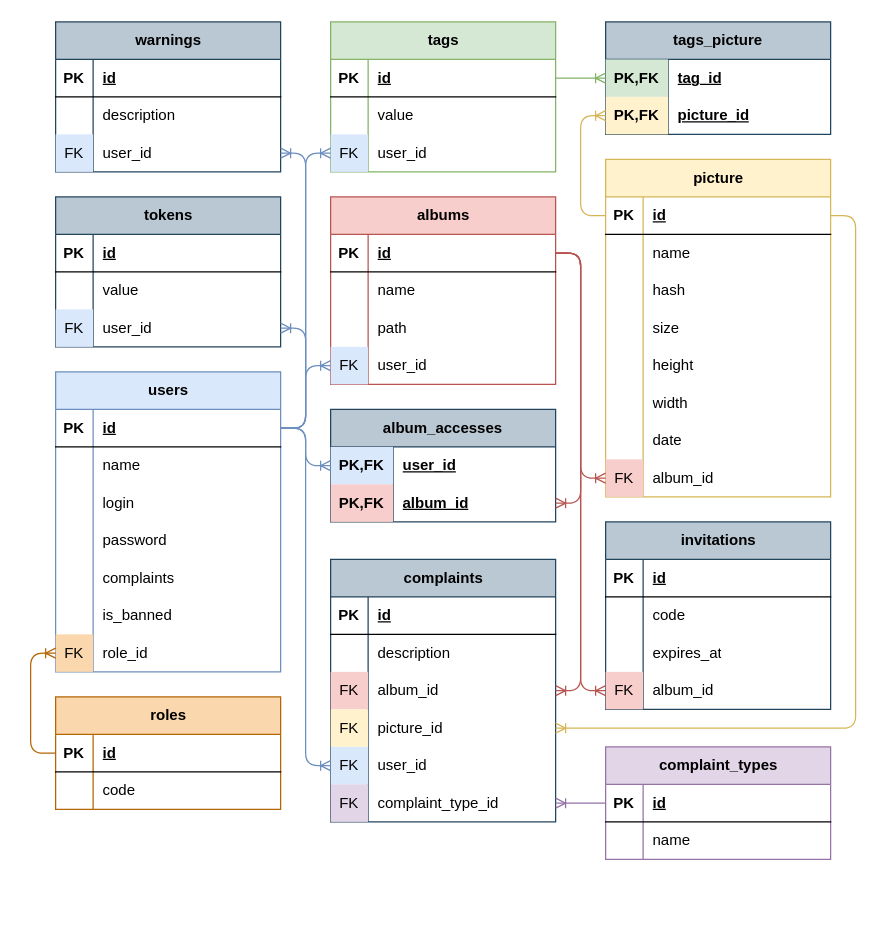
savayaqu/course-project-4 keeps this draw.io diagram as page "Логич" (2 of 4) of docs/Модели БД.drawio. Above is the earlier version. Source tidied: cells renumbered, new cells numbered last; positions are measured from the earlier drawing's top-left corner, leaving out a move shared by most shapes. Both pictures are drawn from the tidied source at 125%, with x=0, y=0 at pixel (30, 21).
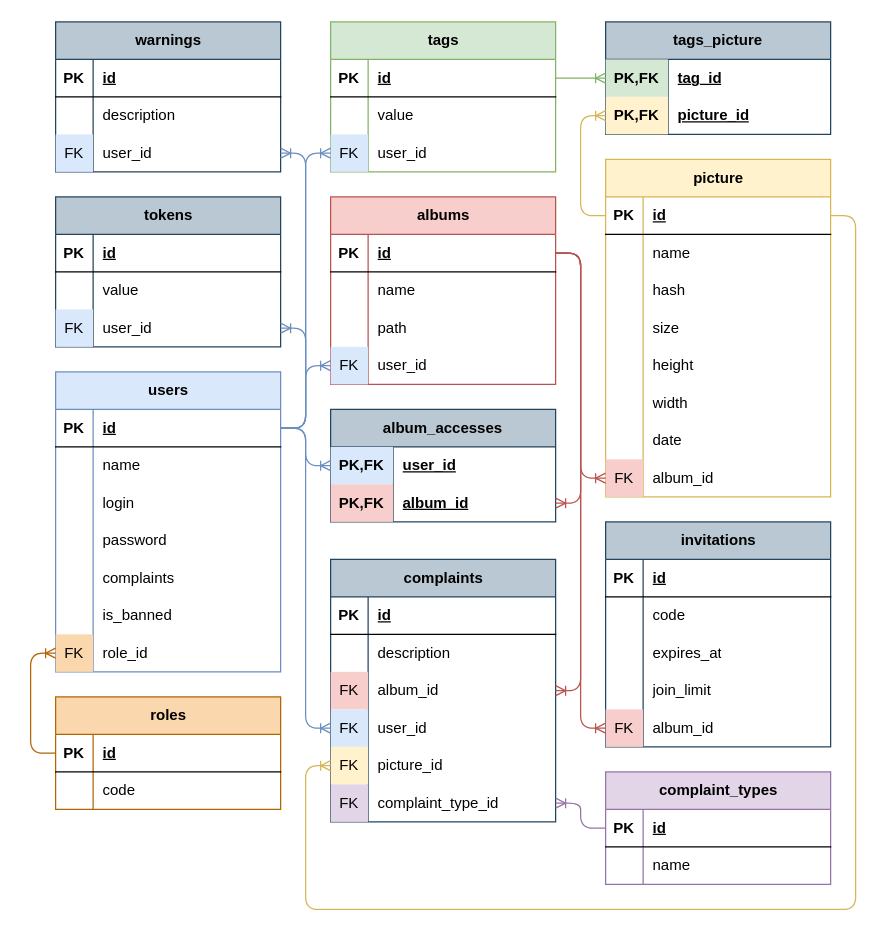
The same page after the edit.

Unchanged cells that the change refers to:
```xml
<mxCell id="63" style="shape=tableRow;horizontal=0;startSize=0;swimlaneHead=0;swimlaneBody=0;fillColor=none;points=[[0,0.5],[1,0.5]];portConstraint=eastwest;top=0;left=0;right=0;bottom=1;labelBackgroundColor=none;" parent="62" vertex="1">
  <mxGeometry y="30" width="180" height="30" as="geometry" />
</mxCell>
<mxCell id="76" style="shape=tableRow;horizontal=0;startSize=0;swimlaneHead=0;swimlaneBody=0;fillColor=none;points=[[0,0.5],[1,0.5]];portConstraint=eastwest;top=0;left=0;right=0;bottom=1;labelBackgroundColor=none;" parent="75" vertex="1">
  <mxGeometry y="30" width="180" height="30" as="geometry" />
</mxCell>
<mxCell id="126" value="complaints" style="shape=table;startSize=30;childLayout=tableLayout;rowLines=0;fontStyle=1;align=center;html=1;fillColor=#bac8d3;strokeColor=#23445d;labelBackgroundColor=none;" parent="1" vertex="1">
  <mxGeometry x="240" y="430" width="180" height="210" as="geometry" />
</mxCell>
```

Diff of the diagram source:
```diff
@@
     <mxCell id="112" value="invitations" style="shape=table;startSize=30;childLayout=tableLayout;rowLines=0;fontStyle=1;align=center;html=1;fillColor=#bac8d3;strokeColor=#23445d;labelBackgroundColor=none;" parent="1" vertex="1">
-      <mxGeometry x="460" y="400" width="180" height="150" as="geometry" />
+      <mxGeometry x="460" y="400" width="180" height="180" as="geometry" />
     </mxCell>
@@
+    <mxCell id="167" style="shape=tableRow;horizontal=0;startSize=0;swimlaneHead=0;swimlaneBody=0;fillColor=none;top=0;left=0;right=0;bottom=0;labelBackgroundColor=none;" parent="112" vertex="1">
+      <mxGeometry y="120" width="180" height="30" as="geometry" />
+    </mxCell>
+    <mxCell id="168" style="shape=partialRectangle;fillColor=none;top=0;left=0;bottom=0;right=0;overflow=hidden;whiteSpace=wrap;html=1;labelBackgroundColor=none;" parent="167" vertex="1">
+      <mxGeometry width="30" height="30" as="geometry" />
+    </mxCell>
+    <mxCell id="169" value="join_limit" style="shape=partialRectangle;fillColor=none;top=0;left=0;bottom=0;right=0;align=left;spacingLeft=6;overflow=hidden;whiteSpace=wrap;html=1;labelBackgroundColor=none;" parent="167" vertex="1">
+      <mxGeometry x="30" width="150" height="30" as="geometry" />
+    </mxCell>
     <mxCell id="122" style="shape=tableRow;horizontal=0;startSize=0;swimlaneHead=0;swimlaneBody=0;fillColor=none;points=[[0,0.5],[1,0.5]];portConstraint=eastwest;top=0;left=0;right=0;bottom=0;labelBackgroundColor=none;" parent="112" vertex="1">
-      <mxGeometry y="120" width="180" height="30" as="geometry" />
+      <mxGeometry y="150" width="180" height="30" as="geometry" />
     </mxCell>
@@
     <mxCell id="125" style="edgeStyle=orthogonalEdgeStyle;shape=connector;curved=0;rounded=1;jettySize=auto;html=1;strokeColor=#b85450;align=center;verticalAlign=middle;fontFamily=Helvetica;fontSize=11;fontColor=default;labelBackgroundColor=default;endArrow=ERoneToMany;endFill=0;fillColor=#f8cecc;" parent="1" edge="1" source="63" target="122">
       <mxGeometry relative="1" as="geometry">
         <Array as="points">
           <mxPoint x="440" y="185" />
-          <mxPoint x="440" y="535" />
+          <mxPoint x="440" y="565" />
         </Array>
       </mxGeometry>
     </mxCell>
@@
+    <mxCell id="139" style="shape=tableRow;horizontal=0;startSize=0;swimlaneHead=0;swimlaneBody=0;fillColor=none;points=[[0,0.5],[1,0.5]];portConstraint=eastwest;top=0;left=0;right=0;bottom=0;labelBackgroundColor=none;" parent="126" vertex="1">
+      <mxGeometry y="120" width="180" height="30" as="geometry" />
+    </mxCell>
+    <mxCell id="140" value="FK" style="shape=partialRectangle;fillColor=#dae8fc;top=0;left=0;bottom=0;right=0;overflow=hidden;whiteSpace=wrap;html=1;labelBackgroundColor=none;strokeColor=#6c8ebf;" parent="139" vertex="1">
+      <mxGeometry width="30" height="30" as="geometry" />
+    </mxCell>
+    <mxCell id="141" value="user_id" style="shape=partialRectangle;fillColor=none;top=0;left=0;bottom=0;right=0;align=left;spacingLeft=6;overflow=hidden;whiteSpace=wrap;html=1;labelBackgroundColor=none;" parent="139" vertex="1">
+      <mxGeometry x="30" width="150" height="30" as="geometry" />
+    </mxCell>
     <mxCell id="136" style="shape=tableRow;horizontal=0;startSize=0;swimlaneHead=0;swimlaneBody=0;fillColor=none;points=[[0,0.5],[1,0.5]];portConstraint=eastwest;top=0;left=0;right=0;bottom=0;labelBackgroundColor=none;" parent="126" vertex="1">
-      <mxGeometry y="120" width="180" height="30" as="geometry" />
+      <mxGeometry y="150" width="180" height="30" as="geometry" />
     </mxCell>
@@
-    <mxCell id="139" style="shape=tableRow;horizontal=0;startSize=0;swimlaneHead=0;swimlaneBody=0;fillColor=none;points=[[0,0.5],[1,0.5]];portConstraint=eastwest;top=0;left=0;right=0;bottom=0;labelBackgroundColor=none;" parent="126" vertex="1">
-      <mxGeometry y="150" width="180" height="30" as="geometry" />
-    </mxCell>
-    <mxCell id="140" value="FK" style="shape=partialRectangle;fillColor=#dae8fc;top=0;left=0;bottom=0;right=0;overflow=hidden;whiteSpace=wrap;html=1;labelBackgroundColor=none;strokeColor=#6c8ebf;" parent="139" vertex="1">
-      <mxGeometry width="30" height="30" as="geometry" />
-    </mxCell>
-    <mxCell id="141" value="user_id" style="shape=partialRectangle;fillColor=none;top=0;left=0;bottom=0;right=0;align=left;spacingLeft=6;overflow=hidden;whiteSpace=wrap;html=1;labelBackgroundColor=none;" parent="139" vertex="1">
-      <mxGeometry x="30" width="150" height="30" as="geometry" />
-    </mxCell>
@@
     <mxCell id="147" value="complaint_types" style="shape=table;startSize=30;childLayout=tableLayout;rowLines=0;fontStyle=1;align=center;html=1;fillColor=#e1d5e7;strokeColor=#9673a6;labelBackgroundColor=none;" parent="1" vertex="1">
-      <mxGeometry x="460" y="580" width="180" height="90" as="geometry" />
+      <mxGeometry x="460" y="600" width="180" height="90" as="geometry" />
     </mxCell>
@@
     <mxCell id="155" style="edgeStyle=orthogonalEdgeStyle;shape=connector;curved=0;rounded=1;jettySize=auto;html=1;strokeColor=#d6b656;align=center;verticalAlign=middle;fontFamily=Helvetica;fontSize=11;fontColor=default;labelBackgroundColor=default;endArrow=ERoneToMany;endFill=0;fillColor=#fff2cc;" parent="1" edge="1" source="76" target="136">
       <mxGeometry relative="1" as="geometry">
         <Array as="points">
           <mxPoint x="660" y="155" />
-          <mxPoint x="660" y="565" />
+          <mxPoint x="660" y="710" />
+          <mxPoint x="220" y="710" />
+          <mxPoint x="220" y="595" />
         </Array>
       </mxGeometry>
     </mxCell>
```
